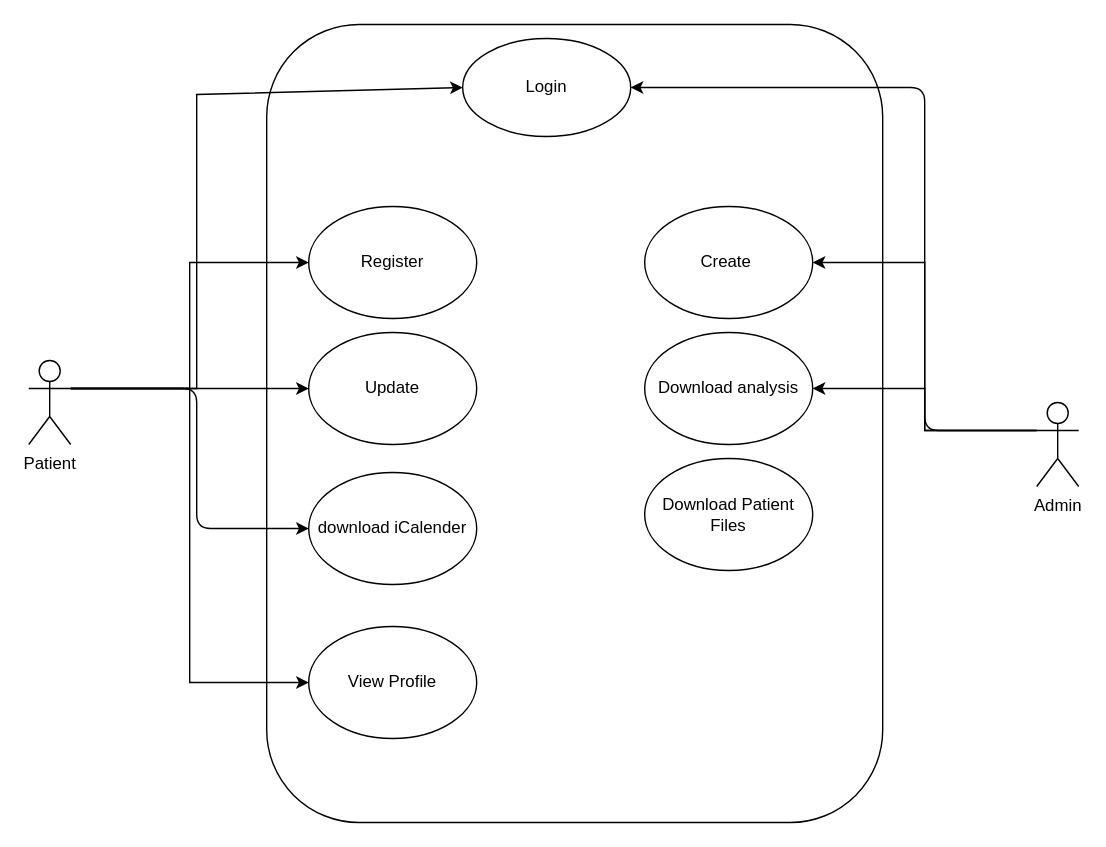
Above: LifePrognosis-UseCaseDiagrams.drawio in JonahKayizzi/life-prognosis-gahinga6 (draw.io), before the change. Source tidied: cells renumbered, new cells numbered last; positions are measured from the earlier drawing's top-left corner, leaving out a move shared by most shapes. Both pictures are drawn from the tidied source at 140%, with x=0, y=0 at pixel (28, 24).
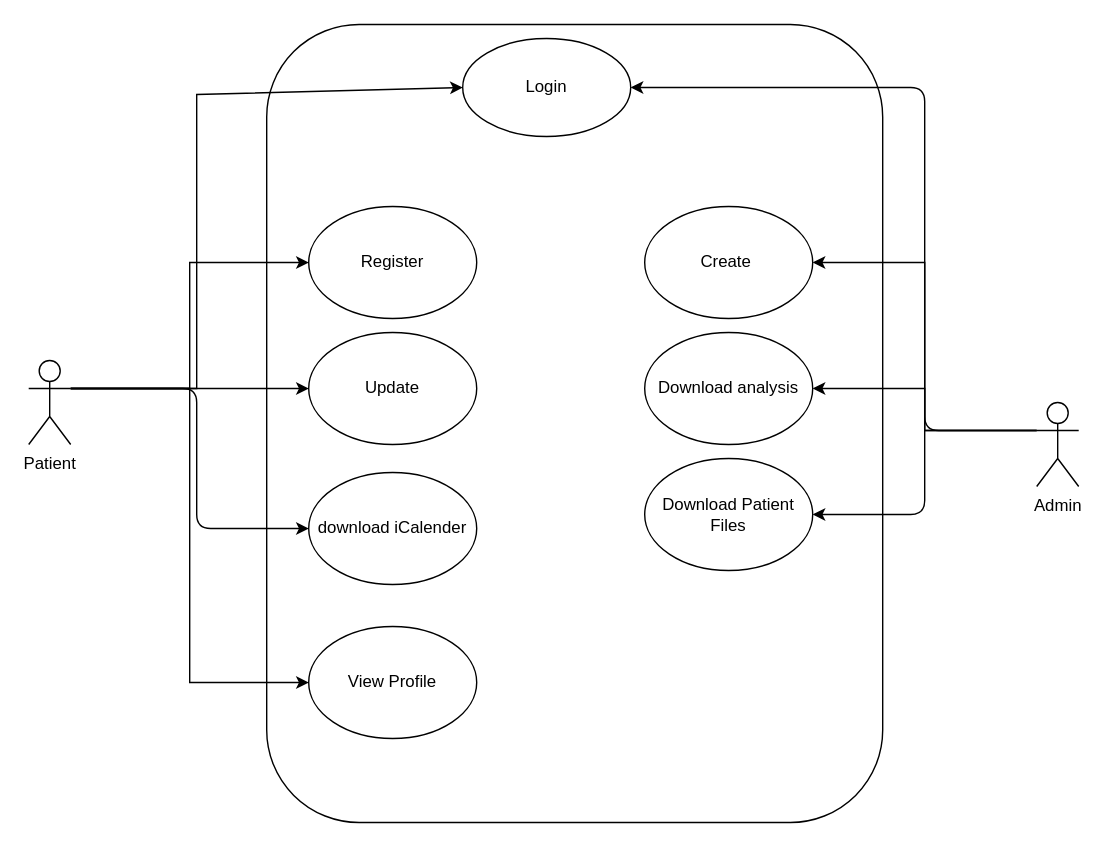
The same diagram, later.

Commit message:
Add arrow from admin actor to downloading patient reports

Unchanged cells that the change refers to:
```xml
<mxCell id="20" value="Download Patient&lt;br&gt;Files" style="ellipse;whiteSpace=wrap;html=1;" parent="1" vertex="1">
  <mxGeometry x="440" y="310" width="120" height="80" as="geometry" />
</mxCell>
```

Diff of the diagram source:
```diff
@@
+    <mxCell id="21" style="endArrow=classic;html=1;entryX=1;entryY=0.5;entryDx=0;entryDy=0;" parent="1" edge="1" target="20">
+      <mxGeometry relative="1" as="geometry">
+        <mxPoint x="640" y="290" as="sourcePoint" />
+        <Array as="points">
+          <mxPoint x="640" y="350" />
+        </Array>
+      </mxGeometry>
+    </mxCell>
```
